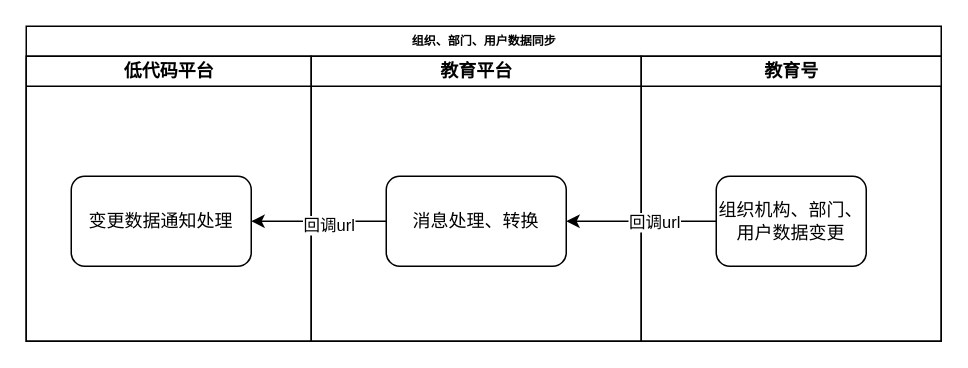
Earlier version of the draw.io diagram 组织用户数据同步.drawio (liangdengming/diagrams). Source tidied: cells renumbered, new cells numbered last; positions are measured from the earlier drawing's top-left corner, leaving out a move shared by most shapes. Both pictures are drawn from the tidied source at 150%, with x=0, y=0 at pixel (26, 26).
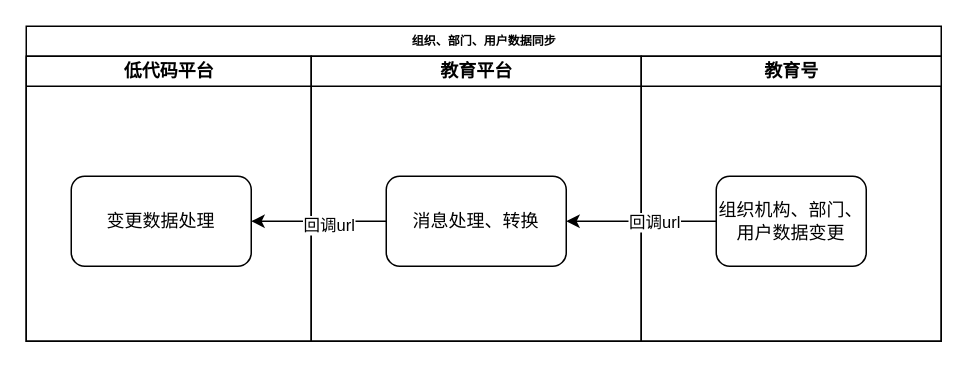
Above is the later version.

Commit message (it also covers changes not shown here):
组织用户数据同步.drawio

What changed in the source:
```diff
@@
 <mxGraphModel>
   <root>
     <mxCell id="0" />
     <mxCell id="1" parent="0" />
     <mxCell id="2" value="组织、部门、用户数据同步" style="swimlane;html=1;startSize=20;rounded=0;shadow=0;labelBackgroundColor=none;strokeWidth=1;fontFamily=Verdana;fontSize=8;align=center;" parent="1" vertex="1">
       <mxGeometry width="610" height="210" as="geometry" />
     </mxCell>
     <mxCell id="3" value="低代码平台" style="swimlane;html=1;startSize=20;" parent="2" vertex="1">
       <mxGeometry y="20" width="190" height="190" as="geometry" />
     </mxCell>
-    <mxCell id="4" value="变更数据通知处理" style="rounded=1;whiteSpace=wrap;html=1;" parent="3" vertex="1">
+    <mxCell id="4" value="变更数据处理" style="rounded=1;whiteSpace=wrap;html=1;" parent="3" vertex="1">
       <mxGeometry x="30" y="80" width="120" height="60" as="geometry" />
     </mxCell>
     <mxCell id="5" value="教育平台" style="swimlane;html=1;startSize=20;" parent="2" vertex="1">
       <mxGeometry x="190" y="20" width="220" height="190" as="geometry" />
     </mxCell>
     <mxCell id="6" value="消息处理、转换" style="rounded=1;whiteSpace=wrap;html=1;" parent="5" vertex="1">
       <mxGeometry x="50" y="80" width="120" height="60" as="geometry" />
     </mxCell>
     <mxCell id="7" value="教育号" style="swimlane;html=1;startSize=20;" parent="2" vertex="1">
       <mxGeometry x="410" y="20" width="200" height="190" as="geometry" />
     </mxCell>
     <mxCell id="8" value="组织机构、部门、用户数据变更" style="rounded=1;whiteSpace=wrap;html=1;" parent="7" vertex="1">
       <mxGeometry x="50" y="80" width="100" height="60" as="geometry" />
     </mxCell>
     <mxCell id="9" style="edgeStyle=orthogonalEdgeStyle;rounded=0;jettySize=auto;html=1;entryX=1;entryY=0.5;entryDx=0;entryDy=0;" parent="2" edge="1" source="8" target="6">
       <mxGeometry relative="1" as="geometry" />
     </mxCell>
     <mxCell id="10" value="回调url" style="edgeLabel;html=1;align=center;verticalAlign=middle;" parent="9" vertex="1">
       <mxGeometry x="-0.16" relative="1" as="geometry" />
     </mxCell>
     <mxCell id="11" style="edgeStyle=orthogonalEdgeStyle;rounded=0;jettySize=auto;html=1;" parent="2" edge="1" source="6" target="4">
       <mxGeometry relative="1" as="geometry" />
     </mxCell>
     <mxCell id="12" value="回调url" style="edgeLabel;html=1;align=center;verticalAlign=middle;" parent="11" vertex="1">
       <mxGeometry x="-0.13" y="2" relative="1" as="geometry" />
     </mxCell>
   </root>
 </mxGraphModel>
```
